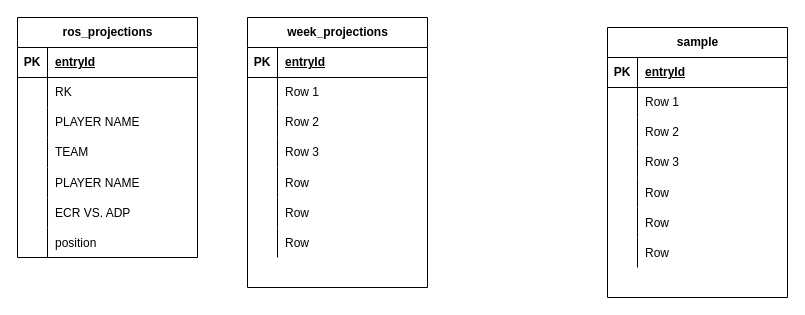
AustinPuckett/SleeperPipeline keeps this draw.io diagram as page "FantasyPros" (2 of 2) of ERM.drawio. Above is the earlier version. Source tidied: cells renumbered, new cells numbered last; positions are measured from the earlier drawing's top-left corner, leaving out a move shared by most shapes. Both pictures are drawn from the tidied source at 100%, with x=0, y=0 at pixel (17, 17).
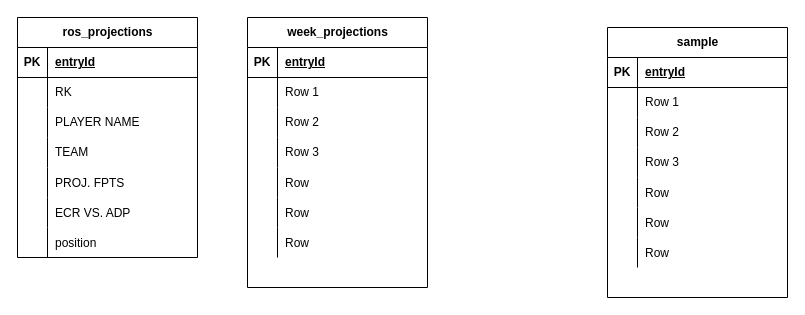
After the change.

Unchanged cells that the change refers to:
```xml
<mxCell id="37" style="shape=tableRow;horizontal=0;startSize=0;swimlaneHead=0;swimlaneBody=0;fillColor=none;top=0;left=0;right=0;bottom=0;" parent="24" vertex="1">
  <mxGeometry y="150" width="180" height="30" as="geometry" />
</mxCell>
```

What changed in the source:
```diff
@@
-    <mxCell id="39" value="PLAYER NAME" style="shape=partialRectangle;fillColor=none;top=0;left=0;bottom=0;right=0;align=left;spacingLeft=6;overflow=hidden;" parent="37" vertex="1">
+    <mxCell id="39" value="PROJ. FPTS" style="shape=partialRectangle;fillColor=none;top=0;left=0;bottom=0;right=0;align=left;spacingLeft=6;overflow=hidden;" parent="37" vertex="1">
       <mxGeometry x="30" width="150" height="30" as="geometry" />
     </mxCell>
```
